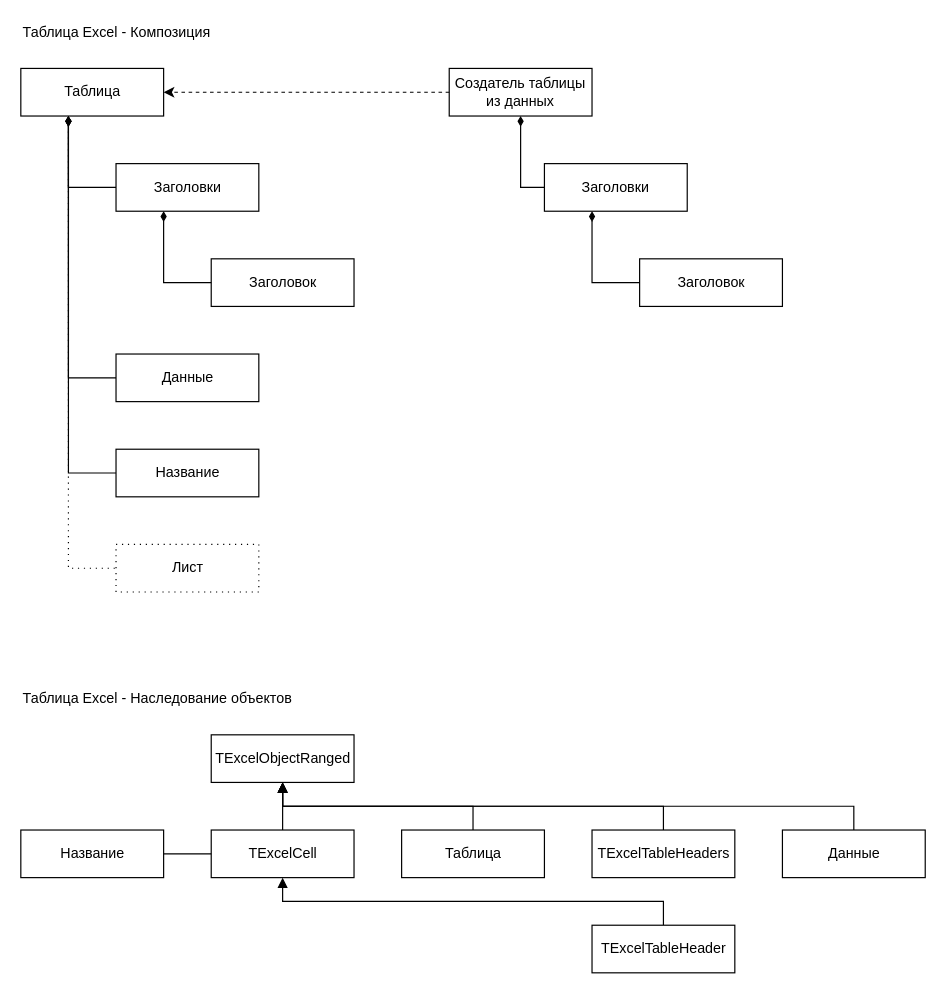
The draw.io diagram page "Концепт Таблицы" (2 of 5) of doc/TExcel.drawio in GeorgyGogol/Dll-Excel-OLE-API, before the edit. Source tidied: cells renumbered, new cells numbered last; positions are measured from the earlier drawing's top-left corner, leaving out a move shared by most shapes. Both pictures are drawn from the tidied source at 119%, with x=0, y=0 at pixel (20, 20).
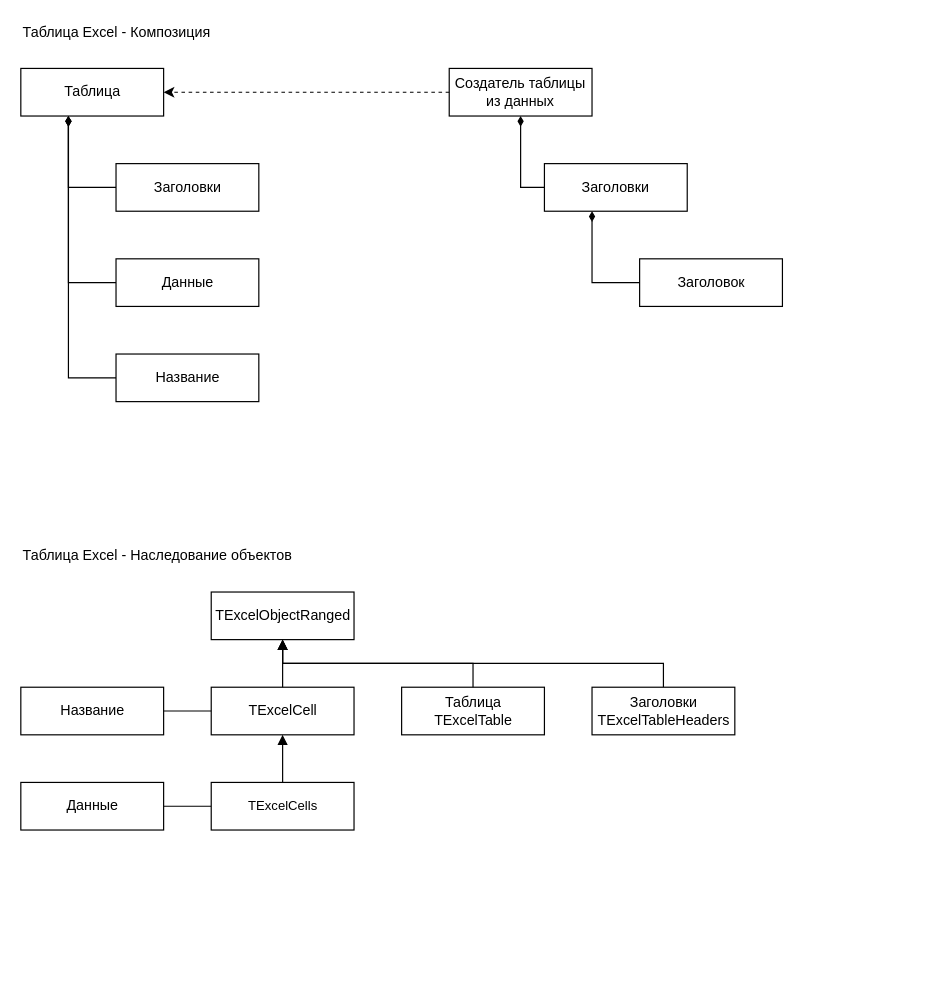
After the change.

Diff of the diagram source:
```diff
@@
-    <mxCell id="3" style="group;" parent="1" vertex="1">
-      <mxGeometry width="640" height="480" as="geometry" />
-    </mxCell>
+    <mxCell id="37" style="group;" parent="1" vertex="1">
+      <mxGeometry width="640" height="320" as="geometry" />
+    </mxCell>
-    <mxCell id="4" value="Таблица Excel - Композиция" style="text;html=1;align=left;verticalAlign=middle;strokeColor=none;fillColor=none;" parent="3" vertex="1">
+    <mxCell id="4" value="Таблица Excel - Композиция" style="text;html=1;align=left;verticalAlign=middle;strokeColor=none;fillColor=none;" parent="37" vertex="1">
       <mxGeometry width="170" height="20" as="geometry" />
     </mxCell>
-    <mxCell id="5" value="Данные" style="html=1;" parent="3" vertex="1">
-      <mxGeometry x="80" y="280" width="120" height="40" as="geometry" />
+    <mxCell id="5" value="Данные" style="html=1;" parent="37" vertex="1">
+      <mxGeometry x="80" y="200" width="120" height="40" as="geometry" />
     </mxCell>
-    <mxCell id="6" value="Создатель таблицы из данных" style="html=1;whiteSpace=wrap;" parent="3" vertex="1">
+    <mxCell id="6" value="Создатель таблицы из данных" style="html=1;whiteSpace=wrap;" parent="37" vertex="1">
       <mxGeometry x="360" y="40" width="120" height="40" as="geometry" />
     </mxCell>
-    <mxCell id="7" value="Заголовки" style="html=1;whiteSpace=wrap;" parent="3" vertex="1">
+    <mxCell id="7" value="Заголовки" style="html=1;whiteSpace=wrap;" parent="37" vertex="1">
       <mxGeometry x="440" y="120" width="120" height="40" as="geometry" />
     </mxCell>
-    <mxCell id="8" style="edgeStyle=orthogonalEdgeStyle;rounded=0;jettySize=auto;html=1;endArrow=none;endFill=0;startFill=1;startArrow=diamondThin;" parent="3" edge="1" source="6" target="7">
+    <mxCell id="8" style="edgeStyle=orthogonalEdgeStyle;rounded=0;jettySize=auto;html=1;endArrow=none;endFill=0;startFill=1;startArrow=diamondThin;" parent="37" edge="1" source="6" target="7">
       <mxGeometry relative="1" as="geometry">
         <Array as="points">
           <mxPoint x="420" y="140" />
         </Array>
       </mxGeometry>
     </mxCell>
-    <mxCell id="9" value="Лист" style="html=1;dashed=1;dashPattern=1 4;" parent="3" vertex="1">
-      <mxGeometry x="80" y="440" width="120" height="40" as="geometry" />
-    </mxCell>
-    <mxCell id="10" value="Заголовок" style="html=1;" parent="3" vertex="1">
-      <mxGeometry x="160" y="200" width="120" height="40" as="geometry" />
-    </mxCell>
-    <mxCell id="11" value="Название" style="html=1;" parent="3" vertex="1">
-      <mxGeometry x="80" y="360" width="120" height="40" as="geometry" />
+    <mxCell id="11" value="Название" style="html=1;" parent="37" vertex="1">
+      <mxGeometry x="80" y="280" width="120" height="40" as="geometry" />
     </mxCell>
-    <mxCell id="12" style="edgeStyle=orthogonalEdgeStyle;rounded=0;jettySize=auto;html=1;entryX=0;entryY=0.5;entryDx=0;entryDy=0;startArrow=diamondThin;startFill=1;endArrow=none;endFill=0;" parent="3" edge="1" source="15" target="11">
+    <mxCell id="12" style="edgeStyle=orthogonalEdgeStyle;rounded=0;jettySize=auto;html=1;entryX=0;entryY=0.5;entryDx=0;entryDy=0;startArrow=diamondThin;startFill=1;endArrow=none;endFill=0;" parent="37" edge="1" source="15" target="11">
       <mxGeometry relative="1" as="geometry">
         <Array as="points">
-          <mxPoint x="40" y="380" />
+          <mxPoint x="40" y="300" />
         </Array>
       </mxGeometry>
     </mxCell>
-    <mxCell id="13" style="edgeStyle=orthogonalEdgeStyle;rounded=0;jettySize=auto;html=1;entryX=0;entryY=0.5;entryDx=0;entryDy=0;startArrow=diamondThin;startFill=1;endArrow=none;endFill=0;dashed=1;dashPattern=1 4;" parent="3" edge="1" source="15" target="9">
-      <mxGeometry relative="1" as="geometry">
-        <Array as="points">
-          <mxPoint x="40" y="460" />
-        </Array>
-      </mxGeometry>
-    </mxCell>
-    <mxCell id="14" style="edgeStyle=orthogonalEdgeStyle;rounded=0;jettySize=auto;html=1;entryX=0;entryY=0.5;entryDx=0;entryDy=0;startArrow=diamondThin;startFill=1;endArrow=none;endFill=0;" parent="3" edge="1" source="15" target="5">
+    <mxCell id="14" style="edgeStyle=orthogonalEdgeStyle;rounded=0;jettySize=auto;html=1;entryX=0;entryY=0.5;entryDx=0;entryDy=0;startArrow=diamondThin;startFill=1;endArrow=none;endFill=0;" parent="37" edge="1" source="15" target="5">
       <mxGeometry relative="1" as="geometry">
         <Array as="points">
-          <mxPoint x="40" y="300" />
+          <mxPoint x="40" y="220" />
         </Array>
       </mxGeometry>
     </mxCell>
-    <mxCell id="15" value="Таблица" style="html=1;" parent="3" vertex="1">
+    <mxCell id="15" value="Таблица" style="html=1;" parent="37" vertex="1">
       <mxGeometry y="40" width="120" height="40" as="geometry" />
     </mxCell>
-    <mxCell id="16" style="edgeStyle=orthogonalEdgeStyle;rounded=0;jettySize=auto;html=1;entryX=1;entryY=0.5;entryDx=0;entryDy=0;startArrow=none;startFill=0;endArrow=classic;endFill=1;dashed=1;" parent="3" edge="1" source="6" target="15">
+    <mxCell id="16" style="edgeStyle=orthogonalEdgeStyle;rounded=0;jettySize=auto;html=1;entryX=1;entryY=0.5;entryDx=0;entryDy=0;startArrow=none;startFill=0;endArrow=classic;endFill=1;dashed=1;" parent="37" edge="1" source="6" target="15">
       <mxGeometry relative="1" as="geometry" />
     </mxCell>
-    <mxCell id="17" style="edgeStyle=orthogonalEdgeStyle;rounded=0;jettySize=auto;html=1;entryX=0;entryY=0.5;entryDx=0;entryDy=0;startArrow=diamondThin;startFill=1;endArrow=none;endFill=0;" parent="3" edge="1" source="18" target="10">
-      <mxGeometry relative="1" as="geometry">
-        <Array as="points">
-          <mxPoint x="120" y="220" />
-        </Array>
-      </mxGeometry>
-    </mxCell>
-    <mxCell id="18" value="Заголовки" style="html=1;" parent="3" vertex="1">
+    <mxCell id="18" value="Заголовки" style="html=1;" parent="37" vertex="1">
       <mxGeometry x="80" y="120" width="120" height="40" as="geometry" />
     </mxCell>
-    <mxCell id="19" style="edgeStyle=orthogonalEdgeStyle;rounded=0;jettySize=auto;html=1;entryX=0;entryY=0.5;entryDx=0;entryDy=0;startArrow=diamondThin;startFill=1;endArrow=none;endFill=0;" parent="3" edge="1" source="15" target="18">
+    <mxCell id="19" style="edgeStyle=orthogonalEdgeStyle;rounded=0;jettySize=auto;html=1;entryX=0;entryY=0.5;entryDx=0;entryDy=0;startArrow=diamondThin;startFill=1;endArrow=none;endFill=0;" parent="37" edge="1" source="15" target="18">
       <mxGeometry relative="1" as="geometry">
         <Array as="points">
           <mxPoint x="40" y="140" />
         </Array>
       </mxGeometry>
     </mxCell>
-    <mxCell id="20" value="Заголовок" style="html=1;" parent="3" vertex="1">
+    <mxCell id="20" value="Заголовок" style="html=1;" parent="37" vertex="1">
       <mxGeometry x="520" y="200" width="120" height="40" as="geometry" />
     </mxCell>
-    <mxCell id="21" style="edgeStyle=orthogonalEdgeStyle;rounded=0;jettySize=auto;html=1;entryX=0;entryY=0.5;entryDx=0;entryDy=0;startArrow=diamondThin;startFill=1;endArrow=none;endFill=0;" parent="3" edge="1" source="7" target="20">
+    <mxCell id="21" style="edgeStyle=orthogonalEdgeStyle;rounded=0;jettySize=auto;html=1;entryX=0;entryY=0.5;entryDx=0;entryDy=0;startArrow=diamondThin;startFill=1;endArrow=none;endFill=0;" parent="37" edge="1" source="7" target="20">
       <mxGeometry relative="1" as="geometry">
         <Array as="points">
           <mxPoint x="480" y="220" />
         </Array>
       </mxGeometry>
     </mxCell>
-    <mxCell id="22" style="group;" parent="1" vertex="1">
-      <mxGeometry y="560" width="760" height="240" as="geometry" />
-    </mxCell>
+    <mxCell id="38" style="group;" parent="1" vertex="1">
+      <mxGeometry y="440" width="600" height="240" as="geometry" />
+    </mxCell>
-    <mxCell id="23" value="TExcelCell" style="html=1;" parent="22" vertex="1">
+    <mxCell id="23" value="TExcelCell" style="html=1;" parent="38" vertex="1">
       <mxGeometry x="160" y="120" width="120" height="40" as="geometry" />
     </mxCell>
-    <mxCell id="24" value="Таблица Excel - Наследование объектов" style="text;html=1;align=left;verticalAlign=middle;strokeColor=none;fillColor=none;" parent="22" vertex="1">
+    <mxCell id="24" value="Таблица Excel - Наследование объектов" style="text;html=1;align=left;verticalAlign=middle;strokeColor=none;fillColor=none;" parent="38" vertex="1">
       <mxGeometry width="240" height="20" as="geometry" />
     </mxCell>
-    <mxCell id="25" value="Таблица" style="html=1;" parent="22" vertex="1">
+    <mxCell id="25" value="Таблица&lt;br&gt;TExcelTable" style="html=1;" parent="38" vertex="1">
       <mxGeometry x="320" y="120" width="120" height="40" as="geometry" />
     </mxCell>
-    <mxCell id="26" style="edgeStyle=orthogonalEdgeStyle;rounded=0;jettySize=auto;html=1;startArrow=none;startFill=0;endArrow=block;endFill=1;" parent="22" edge="1" source="27" target="23">
-      <mxGeometry relative="1" as="geometry">
-        <Array as="points">
-          <mxPoint x="540" y="180" />
-          <mxPoint x="220" y="180" />
-        </Array>
-      </mxGeometry>
-    </mxCell>
-    <mxCell id="27" value="TExcelTableHeader" style="html=1;" parent="22" vertex="1">
-      <mxGeometry x="480" y="200" width="120" height="40" as="geometry" />
-    </mxCell>
-    <mxCell id="28" value="TExcelObjectRanged" style="html=1;" parent="22" vertex="1">
+    <mxCell id="28" value="TExcelObjectRanged" style="html=1;" parent="38" vertex="1">
       <mxGeometry x="160" y="40" width="120" height="40" as="geometry" />
     </mxCell>
-    <mxCell id="29" style="edgeStyle=orthogonalEdgeStyle;rounded=0;jettySize=auto;html=1;startArrow=none;startFill=0;endArrow=block;endFill=1;" parent="22" edge="1" source="23" target="28">
+    <mxCell id="29" style="edgeStyle=orthogonalEdgeStyle;rounded=0;jettySize=auto;html=1;startArrow=none;startFill=0;endArrow=block;endFill=1;" parent="38" edge="1" source="23" target="28">
       <mxGeometry relative="1" as="geometry" />
     </mxCell>
-    <mxCell id="30" style="edgeStyle=orthogonalEdgeStyle;rounded=0;jettySize=auto;html=1;entryX=0.5;entryY=1;entryDx=0;entryDy=0;startArrow=none;startFill=0;endArrow=block;endFill=1;" parent="22" edge="1" source="25" target="28">
+    <mxCell id="30" style="edgeStyle=orthogonalEdgeStyle;rounded=0;jettySize=auto;html=1;entryX=0.5;entryY=1;entryDx=0;entryDy=0;startArrow=none;startFill=0;endArrow=block;endFill=1;" parent="38" edge="1" source="25" target="28">
       <mxGeometry relative="1" as="geometry">
         <Array as="points">
           <mxPoint x="380" y="100" />
           <mxPoint x="220" y="100" />
         </Array>
       </mxGeometry>
     </mxCell>
-    <mxCell id="31" style="edgeStyle=orthogonalEdgeStyle;rounded=0;jettySize=auto;html=1;entryX=0.5;entryY=1;entryDx=0;entryDy=0;startArrow=none;startFill=0;endArrow=block;endFill=1;" parent="22" edge="1" source="32" target="28">
+    <mxCell id="31" style="edgeStyle=orthogonalEdgeStyle;rounded=0;jettySize=auto;html=1;entryX=0.5;entryY=1;entryDx=0;entryDy=0;startArrow=none;startFill=0;endArrow=block;endFill=1;" parent="38" edge="1" source="32" target="28">
       <mxGeometry relative="1" as="geometry">
         <Array as="points">
           <mxPoint x="540" y="100" />
           <mxPoint x="220" y="100" />
         </Array>
       </mxGeometry>
     </mxCell>
-    <mxCell id="32" value="TExcelTableHeaders" style="html=1;" parent="22" vertex="1">
+    <mxCell id="32" value="Заголовки&lt;br&gt;TExcelTableHeaders" style="html=1;" parent="38" vertex="1">
       <mxGeometry x="480" y="120" width="120" height="40" as="geometry" />
     </mxCell>
-    <mxCell id="33" value="Название" style="html=1;" parent="22" vertex="1">
+    <mxCell id="33" value="Название" style="html=1;" parent="38" vertex="1">
       <mxGeometry y="120" width="120" height="40" as="geometry" />
     </mxCell>
-    <mxCell id="34" style="edgeStyle=orthogonalEdgeStyle;rounded=0;jettySize=auto;html=1;entryX=1;entryY=0.5;entryDx=0;entryDy=0;startArrow=none;startFill=0;endArrow=none;endFill=0;" parent="22" edge="1" source="23" target="33">
+    <mxCell id="34" style="edgeStyle=orthogonalEdgeStyle;rounded=0;jettySize=auto;html=1;entryX=1;entryY=0.5;entryDx=0;entryDy=0;startArrow=none;startFill=0;endArrow=none;endFill=0;" parent="38" edge="1" source="23" target="33">
       <mxGeometry relative="1" as="geometry">
         <Array as="points">
           <mxPoint x="130" y="140" />
           <mxPoint x="130" y="140" />
         </Array>
       </mxGeometry>
     </mxCell>
-    <mxCell id="35" style="edgeStyle=orthogonalEdgeStyle;rounded=0;jettySize=auto;html=1;entryX=0.5;entryY=1;entryDx=0;entryDy=0;startArrow=none;startFill=0;endArrow=block;endFill=1;" parent="22" edge="1" source="36" target="28">
-      <mxGeometry relative="1" as="geometry">
-        <Array as="points">
-          <mxPoint x="700" y="100" />
-          <mxPoint x="220" y="100" />
-        </Array>
-      </mxGeometry>
-    </mxCell>
-    <mxCell id="36" value="Данные" style="html=1;" parent="22" vertex="1">
-      <mxGeometry x="640" y="120" width="120" height="40" as="geometry" />
+    <mxCell id="36" value="Данные" style="html=1;" parent="38" vertex="1">
+      <mxGeometry y="200" width="120" height="40" as="geometry" />
     </mxCell>
+    <mxCell id="39" style="edgeStyle=orthogonalEdgeStyle;shape=connector;rounded=0;jettySize=auto;html=1;labelBackgroundColor=default;strokeColor=default;fontFamily=Helvetica;fontSize=11;fontColor=default;startArrow=none;startFill=0;endArrow=none;endFill=0;" parent="38" edge="1" source="40" target="36">
+      <mxGeometry relative="1" as="geometry" />
+    </mxCell>
+    <mxCell id="40" value="TExcelCells" style="html=1;fontFamily=Helvetica;fontSize=11;fontColor=default;" parent="38" vertex="1">
+      <mxGeometry x="160" y="200" width="120" height="40" as="geometry" />
+    </mxCell>
+    <mxCell id="41" style="edgeStyle=orthogonalEdgeStyle;shape=connector;rounded=0;jettySize=auto;html=1;labelBackgroundColor=default;strokeColor=default;fontFamily=Helvetica;fontSize=11;fontColor=default;startArrow=block;startFill=1;endArrow=none;endFill=0;" parent="38" edge="1" source="23" target="40">
+      <mxGeometry relative="1" as="geometry" />
+    </mxCell>
```
